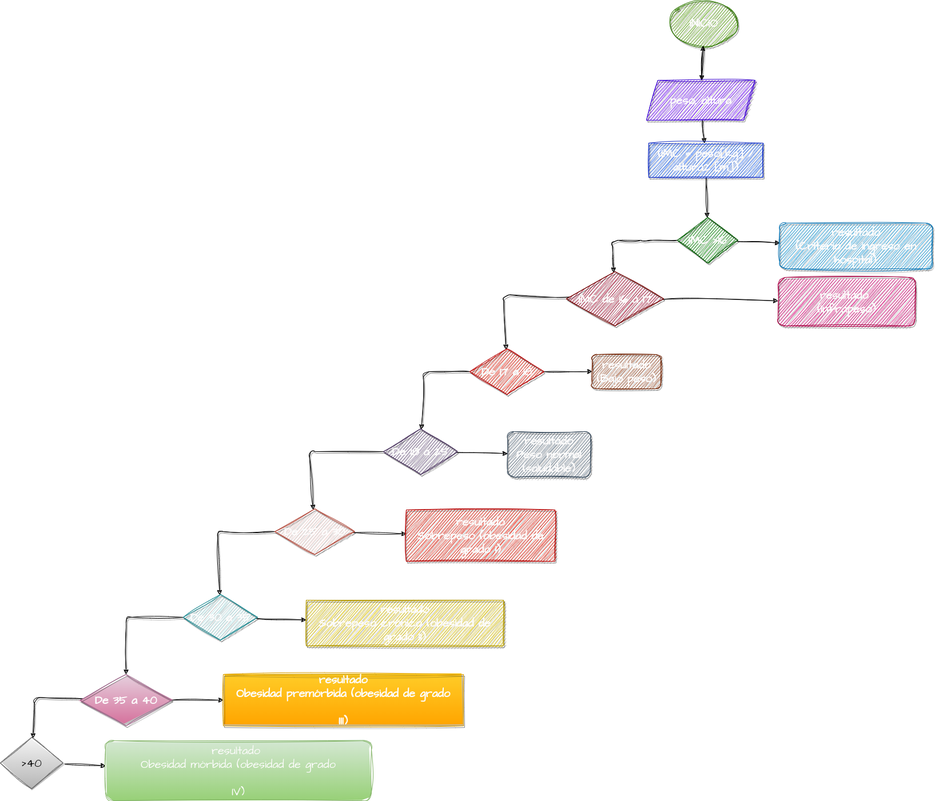
luciagomez098/taller_condicionales- keeps this draw.io diagram as taller-4/diagrama.png. Above is the earlier version. Source tidied: cells renumbered, new cells last; positions are measured from the earlier drawing's top-left corner, leaving out a move shared by most shapes.
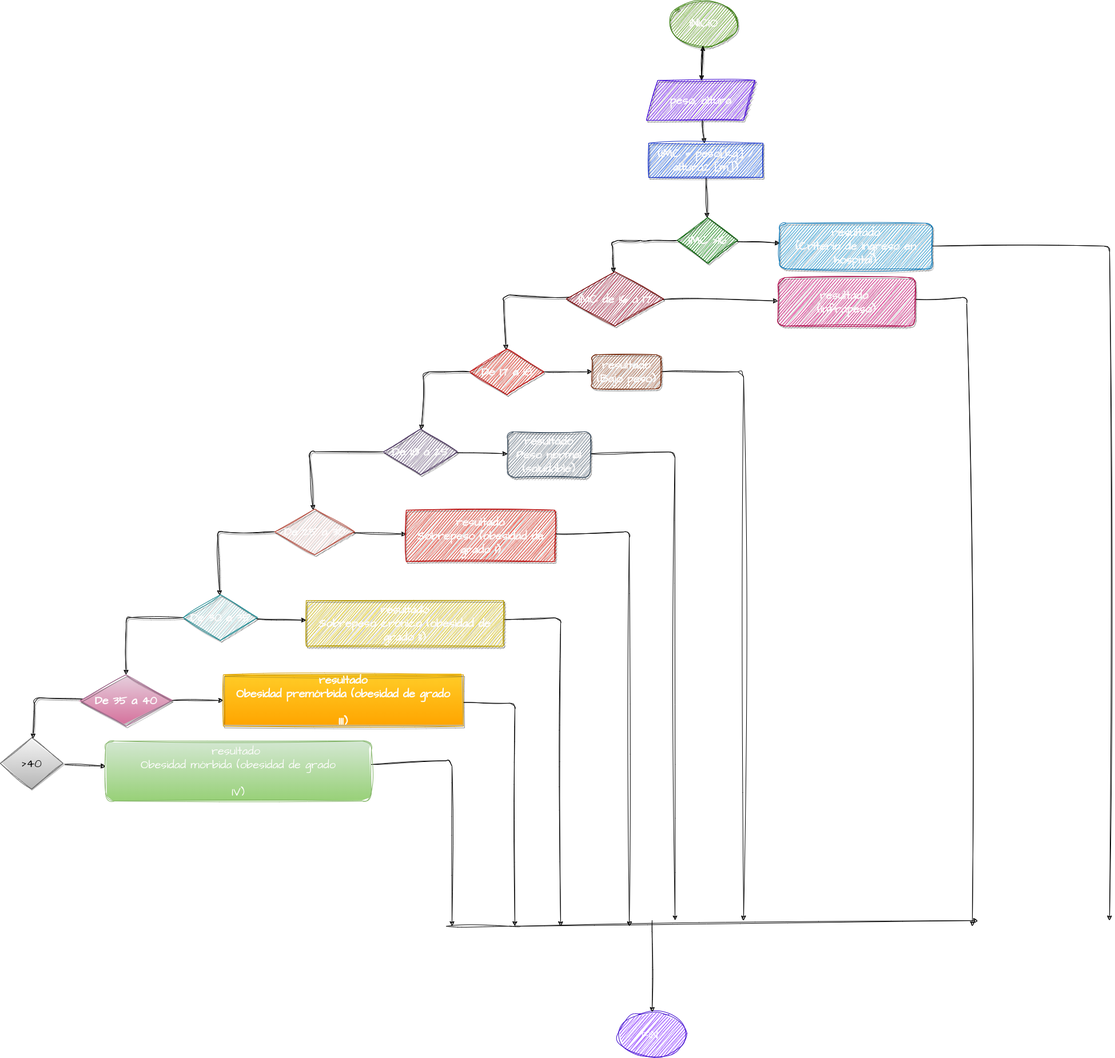
Above is the later version.

Commit message:
se realizo nalisis y diseño

The edit, as a diff of the source:
```diff
@@ -121,29 +121,110 @@
     <mxCell id="31" value="&amp;gt;40" style="rhombus;whiteSpace=wrap;html=1;fontSize=20;fontFamily=Architects Daughter;sketch=1;hachureGap=4;jiggle=2;curveFitting=1;fontSource=https%3A%2F%2Ffonts.googleapis.com%2Fcss%3Ffamily%3DArchitects%2BDaughter;fillColor=#f5f5f5;gradientColor=#b3b3b3;strokeColor=#666666;" parent="1" vertex="1">
       <mxGeometry y="1290" width="110" height="90" as="geometry" />
     </mxCell>
+    <mxCell id="40" style="edgeStyle=none;sketch=1;hachureGap=4;jiggle=2;curveFitting=1;html=1;fontFamily=Architects Daughter;fontSource=https%3A%2F%2Ffonts.googleapis.com%2Fcss%3Ffamily%3DArchitects%2BDaughter;fontSize=16;" parent="1" edge="1" source="32">
+      <mxGeometry relative="1" as="geometry">
+        <mxPoint x="1940" y="1610" as="targetPoint" />
+        <Array as="points">
+          <mxPoint x="1940" y="430" />
+        </Array>
+      </mxGeometry>
+    </mxCell>
     <mxCell id="32" value="resultado&lt;br&gt;(Criterio de ingreso en hospital)." style="rounded=1;whiteSpace=wrap;html=1;fontSize=20;fontFamily=Architects Daughter;sketch=1;hachureGap=4;jiggle=2;curveFitting=1;fontSource=https%3A%2F%2Ffonts.googleapis.com%2Fcss%3Ffamily%3DArchitects%2BDaughter;shadow=1;fontStyle=1;fillColor=#1ba1e2;fontColor=#fdfcfc;strokeColor=#006EAF;" parent="1" vertex="1">
       <mxGeometry x="1363" y="390" width="267" height="80" as="geometry" />
     </mxCell>
+    <mxCell id="41" style="edgeStyle=none;sketch=1;hachureGap=4;jiggle=2;curveFitting=1;html=1;fontFamily=Architects Daughter;fontSource=https%3A%2F%2Ffonts.googleapis.com%2Fcss%3Ffamily%3DArchitects%2BDaughter;fontSize=16;" parent="1" edge="1" source="33">
+      <mxGeometry relative="1" as="geometry">
+        <mxPoint x="1700" y="1620" as="targetPoint" />
+        <Array as="points">
+          <mxPoint x="1690" y="520" />
+        </Array>
+      </mxGeometry>
+    </mxCell>
     <mxCell id="33" value="resultado&amp;nbsp;&lt;br&gt;(Infrapeso)" style="rounded=1;whiteSpace=wrap;html=1;fontSize=20;fontFamily=Architects Daughter;sketch=1;hachureGap=4;jiggle=2;curveFitting=1;fontSource=https%3A%2F%2Ffonts.googleapis.com%2Fcss%3Ffamily%3DArchitects%2BDaughter;shadow=1;fontStyle=1;fillColor=#d80073;fontColor=#fdfcfc;strokeColor=#A50040;" parent="1" vertex="1">
       <mxGeometry x="1360" y="485" width="240" height="85" as="geometry" />
     </mxCell>
+    <mxCell id="42" style="edgeStyle=none;sketch=1;hachureGap=4;jiggle=2;curveFitting=1;html=1;fontFamily=Architects Daughter;fontSource=https%3A%2F%2Ffonts.googleapis.com%2Fcss%3Ffamily%3DArchitects%2BDaughter;fontSize=16;" parent="1" edge="1" source="34">
+      <mxGeometry relative="1" as="geometry">
+        <mxPoint x="1300" y="1610" as="targetPoint" />
+        <Array as="points">
+          <mxPoint x="1300" y="650" />
+        </Array>
+      </mxGeometry>
+    </mxCell>
     <mxCell id="34" value="resultado&lt;br&gt;(Bajo peso)" style="rounded=1;whiteSpace=wrap;html=1;fontSize=20;fontFamily=Architects Daughter;sketch=1;hachureGap=4;jiggle=2;curveFitting=1;fontSource=https%3A%2F%2Ffonts.googleapis.com%2Fcss%3Ffamily%3DArchitects%2BDaughter;shadow=1;fontStyle=1;fillColor=#a0522d;fontColor=#fdfcfc;strokeColor=#6D1F00;" parent="1" vertex="1">
       <mxGeometry x="1035" y="620" width="120" height="60" as="geometry" />
     </mxCell>
+    <mxCell id="43" style="edgeStyle=none;sketch=1;hachureGap=4;jiggle=2;curveFitting=1;html=1;fontFamily=Architects Daughter;fontSource=https%3A%2F%2Ffonts.googleapis.com%2Fcss%3Ffamily%3DArchitects%2BDaughter;fontSize=16;" parent="1" edge="1" source="35">
+      <mxGeometry relative="1" as="geometry">
+        <mxPoint x="1180" y="1610" as="targetPoint" />
+        <Array as="points">
+          <mxPoint x="1180" y="790" />
+        </Array>
+      </mxGeometry>
+    </mxCell>
     <mxCell id="35" value="resultado&lt;br&gt;Peso normal (saludable)" style="rounded=1;whiteSpace=wrap;html=1;fontSize=20;fontFamily=Architects Daughter;sketch=1;hachureGap=4;jiggle=2;curveFitting=1;fontSource=https%3A%2F%2Ffonts.googleapis.com%2Fcss%3Ffamily%3DArchitects%2BDaughter;shadow=1;fontStyle=1;fillColor=#647687;fontColor=#fdfcfc;strokeColor=#314354;" parent="1" vertex="1">
       <mxGeometry x="887" y="755" width="145" height="80" as="geometry" />
     </mxCell>
+    <mxCell id="44" style="edgeStyle=none;sketch=1;hachureGap=4;jiggle=2;curveFitting=1;html=1;fontFamily=Architects Daughter;fontSource=https%3A%2F%2Ffonts.googleapis.com%2Fcss%3Ffamily%3DArchitects%2BDaughter;fontSize=16;" parent="1" edge="1" source="36">
+      <mxGeometry relative="1" as="geometry">
+        <mxPoint x="1100" y="1620" as="targetPoint" />
+        <Array as="points">
+          <mxPoint x="1100" y="930" />
+        </Array>
+      </mxGeometry>
+    </mxCell>
     <mxCell id="36" value="resultado&lt;br&gt;Sobrepeso (obesidad de grado I)" style="whiteSpace=wrap;html=1;fontSize=20;fontFamily=Architects Daughter;sketch=1;hachureGap=4;jiggle=2;curveFitting=1;fontSource=https%3A%2F%2Ffonts.googleapis.com%2Fcss%3Ffamily%3DArchitects%2BDaughter;shadow=1;fontStyle=1;fillColor=#e51400;fontColor=#fdfcfc;strokeColor=#B20000;" parent="1" vertex="1">
       <mxGeometry x="710" y="892" width="260" height="90" as="geometry" />
     </mxCell>
+    <mxCell id="45" style="edgeStyle=none;sketch=1;hachureGap=4;jiggle=2;curveFitting=1;html=1;fontFamily=Architects Daughter;fontSource=https%3A%2F%2Ffonts.googleapis.com%2Fcss%3Ffamily%3DArchitects%2BDaughter;fontSize=16;" parent="1" edge="1" source="37">
+      <mxGeometry relative="1" as="geometry">
+        <mxPoint x="980" y="1620" as="targetPoint" />
+        <Array as="points">
+          <mxPoint x="980" y="1080" />
+        </Array>
+      </mxGeometry>
+    </mxCell>
     <mxCell id="37" value="&lt;font&gt;resultado&lt;br&gt;Sobrepeso crónico (obesidad de grado II)&lt;/font&gt;" style="whiteSpace=wrap;html=1;fontSize=20;fontFamily=Architects Daughter;sketch=1;hachureGap=4;jiggle=2;curveFitting=1;fontSource=https%3A%2F%2Ffonts.googleapis.com%2Fcss%3Ffamily%3DArchitects%2BDaughter;shadow=1;fontStyle=1;fillColor=#e3c800;fontColor=#fdfcfc;strokeColor=#B09500;" parent="1" vertex="1">
       <mxGeometry x="535" y="1050" width="345" height="80" as="geometry" />
     </mxCell>
+    <mxCell id="46" style="edgeStyle=none;sketch=1;hachureGap=4;jiggle=2;curveFitting=1;html=1;fontFamily=Architects Daughter;fontSource=https%3A%2F%2Ffonts.googleapis.com%2Fcss%3Ffamily%3DArchitects%2BDaughter;fontSize=16;" parent="1" edge="1" source="38">
+      <mxGeometry relative="1" as="geometry">
+        <mxPoint x="900" y="1620" as="targetPoint" />
+        <Array as="points">
+          <mxPoint x="900" y="1230" />
+        </Array>
+      </mxGeometry>
+    </mxCell>
     <mxCell id="38" value="resultado&lt;br&gt;&lt;div&gt;Obesidad premórbida (obesidad de grado&lt;/div&gt;&lt;div&gt;&lt;br&gt;&lt;/div&gt;&lt;div&gt;III)&lt;/div&gt;" style="whiteSpace=wrap;html=1;fontSize=20;fontFamily=Architects Daughter;sketch=1;hachureGap=4;jiggle=2;curveFitting=1;fontSource=https%3A%2F%2Ffonts.googleapis.com%2Fcss%3Ffamily%3DArchitects%2BDaughter;shadow=1;fontStyle=1;fillColor=#ffcd28;gradientColor=#ffa500;strokeColor=#d79b00;fontColor=#fdfcfc;" parent="1" vertex="1">
       <mxGeometry x="390" y="1180" width="420" height="90" as="geometry" />
     </mxCell>
+    <mxCell id="47" style="edgeStyle=none;sketch=1;hachureGap=4;jiggle=2;curveFitting=1;html=1;fontFamily=Architects Daughter;fontSource=https%3A%2F%2Ffonts.googleapis.com%2Fcss%3Ffamily%3DArchitects%2BDaughter;fontSize=16;" parent="1" edge="1" source="39">
+      <mxGeometry relative="1" as="geometry">
+        <mxPoint x="790" y="1620" as="targetPoint" />
+        <Array as="points">
+          <mxPoint x="790" y="1330" />
+        </Array>
+      </mxGeometry>
+    </mxCell>
     <mxCell id="39" value="resultado&amp;nbsp;&lt;br&gt;&lt;div&gt;Obesidad mórbida (obesidad de grado&lt;/div&gt;&lt;div&gt;&lt;br&gt;&lt;/div&gt;&lt;div&gt;IV)&lt;/div&gt;" style="rounded=1;whiteSpace=wrap;html=1;fontSize=20;fontFamily=Architects Daughter;sketch=1;hachureGap=4;jiggle=2;curveFitting=1;fontSource=https%3A%2F%2Ffonts.googleapis.com%2Fcss%3Ffamily%3DArchitects%2BDaughter;fillColor=#d5e8d4;gradientColor=#97d077;strokeColor=#82b366;fontColor=#fdfcfc;" parent="1" vertex="1">
       <mxGeometry x="184" y="1296" width="465" height="105" as="geometry" />
     </mxCell>
+    <mxCell id="48" value="FIN&amp;nbsp;" style="ellipse;whiteSpace=wrap;html=1;sketch=1;hachureGap=4;jiggle=2;curveFitting=1;fontFamily=Architects Daughter;fontSource=https%3A%2F%2Ffonts.googleapis.com%2Fcss%3Ffamily%3DArchitects%2BDaughter;fontSize=20;fillColor=#6a00ff;fontColor=#ffffff;strokeColor=#3700CC;" parent="1" vertex="1">
+      <mxGeometry x="1080" y="1770" width="120" height="80" as="geometry" />
+    </mxCell>
+    <mxCell id="49" style="edgeStyle=none;orthogonalLoop=1;jettySize=auto;html=1;sketch=1;hachureGap=4;jiggle=2;curveFitting=1;fontFamily=Architects Daughter;fontSource=https%3A%2F%2Ffonts.googleapis.com%2Fcss%3Ffamily%3DArchitects%2BDaughter;fontSize=16;" parent="1" edge="1">
+      <mxGeometry relative="1" as="geometry">
+        <mxPoint x="780" y="1620" as="sourcePoint" />
+        <mxPoint x="1710" y="1610" as="targetPoint" />
+        <Array as="points">
+          <mxPoint x="900" y="1620" />
+        </Array>
+      </mxGeometry>
+    </mxCell>
+    <mxCell id="50" style="edgeStyle=none;jettySize=auto;html=1;sketch=1;hachureGap=4;jiggle=2;curveFitting=1;fontFamily=Architects Daughter;fontSource=https%3A%2F%2Ffonts.googleapis.com%2Fcss%3Ffamily%3DArchitects%2BDaughter;fontSize=16;entryX=0.5;entryY=0;entryDx=0;entryDy=0;" parent="1" edge="1" target="48">
+      <mxGeometry relative="1" as="geometry">
+        <mxPoint x="1140" y="1610" as="sourcePoint" />
+      </mxGeometry>
+    </mxCell>
   </root>
 </mxGraphModel>
```
